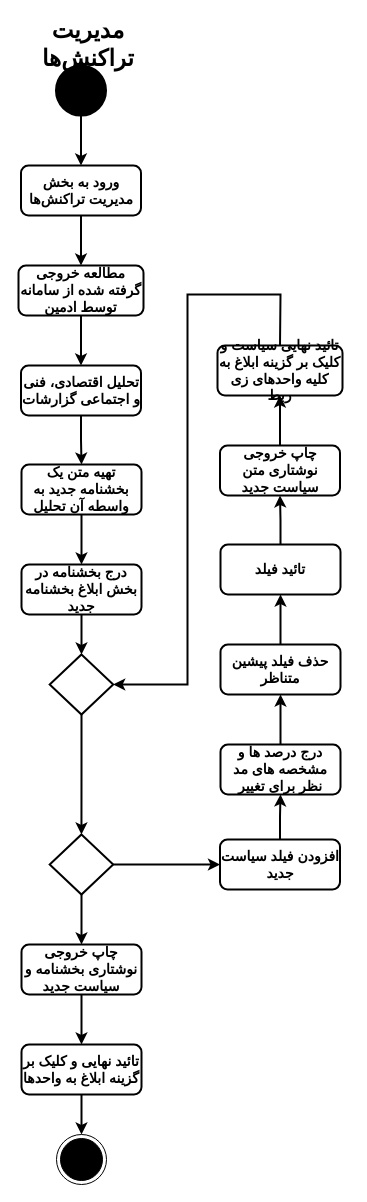
Earlier version of the draw.io diagram page "TransactionManagement" (21 of 24) of ActivityDiagram/MiddleWare_CarBaMaActivityDiagram.drawio (MelvinMo/CarBaMa_Automotive-Sale-Application). Source tidied: cells renumbered, new cells numbered last; positions are measured from the earlier drawing's top-left corner, leaving out a move shared by most shapes. Both pictures are drawn from the tidied source at 100%, with x=0, y=0 at pixel (18, 34).
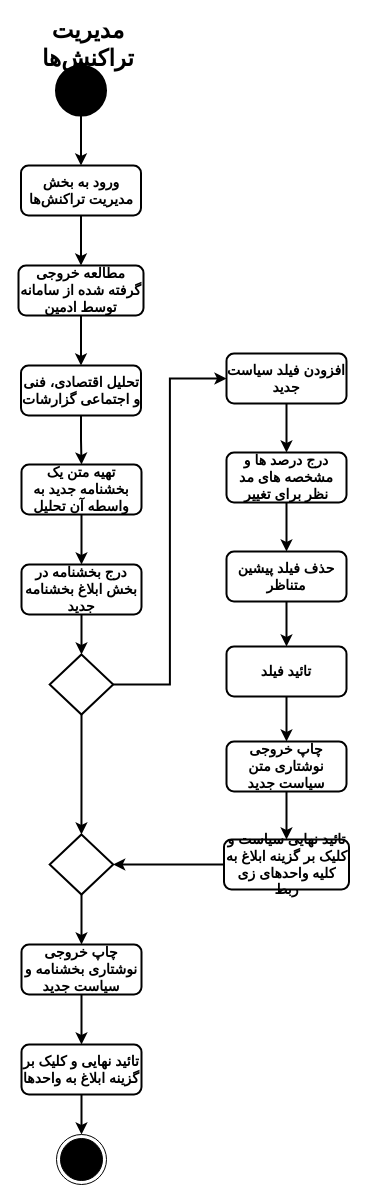
Above is the later version.

Unchanged cells that the change refers to:
```xml
<mxCell id="22" style="strokeWidth=2;html=1;shape=mxgraph.flowchart.decision;whiteSpace=wrap;" parent="1" vertex="1">
  <mxGeometry x="31.2" y="800" width="63.5" height="60" as="geometry" />
</mxCell>
<mxCell id="24" style="strokeWidth=2;html=1;shape=mxgraph.flowchart.decision;whiteSpace=wrap;" parent="1" vertex="1">
  <mxGeometry x="31.2" y="620" width="63.5" height="60" as="geometry" />
</mxCell>
```

What changed in the source:
```diff
@@
-    <mxCell id="20" style="edgeStyle=orthogonalEdgeStyle;rounded=0;jettySize=auto;html=1;strokeWidth=2;fontSize=14;" parent="1" edge="1" source="22" target="35">
-      <mxGeometry relative="1" as="geometry" />
-    </mxCell>
@@
+    <mxCell id="37" style="edgeStyle=orthogonalEdgeStyle;rounded=0;jettySize=auto;html=1;strokeWidth=2;entryX=0;entryY=0.5;entryDx=0;entryDy=0;" parent="1" edge="1" source="24" target="35">
+      <mxGeometry relative="1" as="geometry" />
+    </mxCell>
@@
+    <mxCell id="38" style="edgeStyle=orthogonalEdgeStyle;rounded=0;jettySize=auto;html=1;strokeWidth=2;" parent="1" edge="1" source="25" target="22">
+      <mxGeometry relative="1" as="geometry" />
+    </mxCell>
     <mxCell id="25" value="&lt;font&gt;&lt;b style=&quot;border-color: var(--border-color); font-size: 14px;&quot;&gt;تائید نهایی سیاست و کلیک بر گزینه ابلاغ به کلیه واحدهای زی ربط&lt;/b&gt;&lt;br&gt;&lt;/font&gt;" style="rounded=1;whiteSpace=wrap;html=1;strokeColor=#000000;fillColor=#FFFFFF;strokeWidth=2;direction=east;" parent="1" vertex="1">
-      <mxGeometry x="199" y="311" width="125" height="50" as="geometry" />
+      <mxGeometry x="205.5" y="805" width="125" height="50" as="geometry" />
     </mxCell>
-    <mxCell id="26" style="edgeStyle=orthogonalEdgeStyle;rounded=0;jettySize=auto;html=1;strokeWidth=2;fontSize=14;" parent="1" edge="1" source="27" target="25">
+    <mxCell id="26" style="edgeStyle=orthogonalEdgeStyle;rounded=0;jettySize=auto;html=1;strokeWidth=2;" parent="1" edge="1" source="27" target="25">
       <mxGeometry relative="1" as="geometry" />
     </mxCell>
     <mxCell id="27" value="&lt;b style=&quot;border-color: var(--border-color); font-size: 14px;&quot;&gt;چاپ خروجی نوشتاری متن سیاست جدید&lt;/b&gt;" style="rounded=1;whiteSpace=wrap;html=1;strokeColor=#000000;fillColor=#FFFFFF;strokeWidth=2;direction=east;" parent="1" vertex="1">
-      <mxGeometry x="201.5" y="411" width="120" height="50" as="geometry" />
+      <mxGeometry x="208" y="707" width="120" height="50" as="geometry" />
     </mxCell>
-    <mxCell id="28" style="edgeStyle=orthogonalEdgeStyle;rounded=0;jettySize=auto;html=1;strokeWidth=2;fontSize=14;" parent="1" edge="1" source="29" target="27">
+    <mxCell id="28" style="edgeStyle=orthogonalEdgeStyle;rounded=0;jettySize=auto;html=1;strokeWidth=2;" parent="1" edge="1" source="29" target="27">
       <mxGeometry relative="1" as="geometry" />
     </mxCell>
     <mxCell id="29" value="&lt;b style=&quot;border-color: var(--border-color); font-size: 14px;&quot;&gt;تائید فیلد&lt;/b&gt;" style="rounded=1;whiteSpace=wrap;html=1;strokeColor=#000000;fillColor=#FFFFFF;strokeWidth=2;direction=east;" parent="1" vertex="1">
-      <mxGeometry x="202" y="510" width="120" height="50" as="geometry" />
+      <mxGeometry x="208" y="612" width="120" height="50" as="geometry" />
     </mxCell>
-    <mxCell id="30" style="edgeStyle=orthogonalEdgeStyle;rounded=0;jettySize=auto;html=1;strokeWidth=2;fontSize=14;" parent="1" edge="1" source="31" target="29">
+    <mxCell id="30" style="edgeStyle=orthogonalEdgeStyle;rounded=0;jettySize=auto;html=1;strokeWidth=2;" parent="1" edge="1" source="31" target="29">
       <mxGeometry relative="1" as="geometry" />
     </mxCell>
     <mxCell id="31" value="&lt;b style=&quot;border-color: var(--border-color); font-size: 14px;&quot;&gt;حذف فیلد پیشین متناظر&lt;/b&gt;" style="rounded=1;whiteSpace=wrap;html=1;strokeColor=#000000;fillColor=#FFFFFF;strokeWidth=2;direction=east;" parent="1" vertex="1">
-      <mxGeometry x="202" y="610" width="120" height="50" as="geometry" />
+      <mxGeometry x="208" y="517" width="120" height="50" as="geometry" />
     </mxCell>
-    <mxCell id="32" style="edgeStyle=orthogonalEdgeStyle;rounded=0;jettySize=auto;html=1;strokeWidth=2;fontSize=14;" parent="1" edge="1" source="33" target="31">
+    <mxCell id="32" style="edgeStyle=orthogonalEdgeStyle;rounded=0;jettySize=auto;html=1;strokeWidth=2;" parent="1" edge="1" source="33" target="31">
       <mxGeometry relative="1" as="geometry" />
     </mxCell>
     <mxCell id="33" value="&lt;b style=&quot;border-color: var(--border-color); font-size: 14px;&quot;&gt;درج درصد ها و مشخصه های مد نظر برای تغییر&lt;/b&gt;" style="rounded=1;whiteSpace=wrap;html=1;strokeColor=#000000;fillColor=#FFFFFF;strokeWidth=2;direction=east;" parent="1" vertex="1">
-      <mxGeometry x="202" y="710" width="120" height="50" as="geometry" />
+      <mxGeometry x="208" y="418" width="120" height="50" as="geometry" />
     </mxCell>
-    <mxCell id="34" style="edgeStyle=orthogonalEdgeStyle;rounded=0;jettySize=auto;html=1;strokeWidth=2;fontSize=14;" parent="1" edge="1" source="35" target="33">
+    <mxCell id="34" style="edgeStyle=orthogonalEdgeStyle;rounded=0;jettySize=auto;html=1;strokeWidth=2;" parent="1" edge="1" source="35" target="33">
       <mxGeometry relative="1" as="geometry" />
     </mxCell>
     <mxCell id="35" value="&lt;b style=&quot;border-color: var(--border-color); font-size: 14px;&quot;&gt;افزودن فیلد سیاست جدید&lt;/b&gt;" style="rounded=1;whiteSpace=wrap;html=1;strokeColor=#000000;fillColor=#FFFFFF;strokeWidth=2;direction=east;" parent="1" vertex="1">
-      <mxGeometry x="201.5" y="805" width="120" height="50" as="geometry" />
+      <mxGeometry x="208" y="319" width="120" height="50" as="geometry" />
     </mxCell>
-    <mxCell id="36" style="endArrow=classic;html=1;rounded=0;strokeWidth=2;fontSize=14;exitX=0.5;exitY=0;exitDx=0;exitDy=0;entryX=1;entryY=0.5;entryDx=0;entryDy=0;entryPerimeter=0;" parent="1" edge="1" source="25" target="24">
-      <mxGeometry relative="1" as="geometry">
-        <Array as="points">
-          <mxPoint x="262" y="260" />
-          <mxPoint x="169" y="260" />
-          <mxPoint x="169" y="650" />
-        </Array>
-      </mxGeometry>
-    </mxCell>
```
